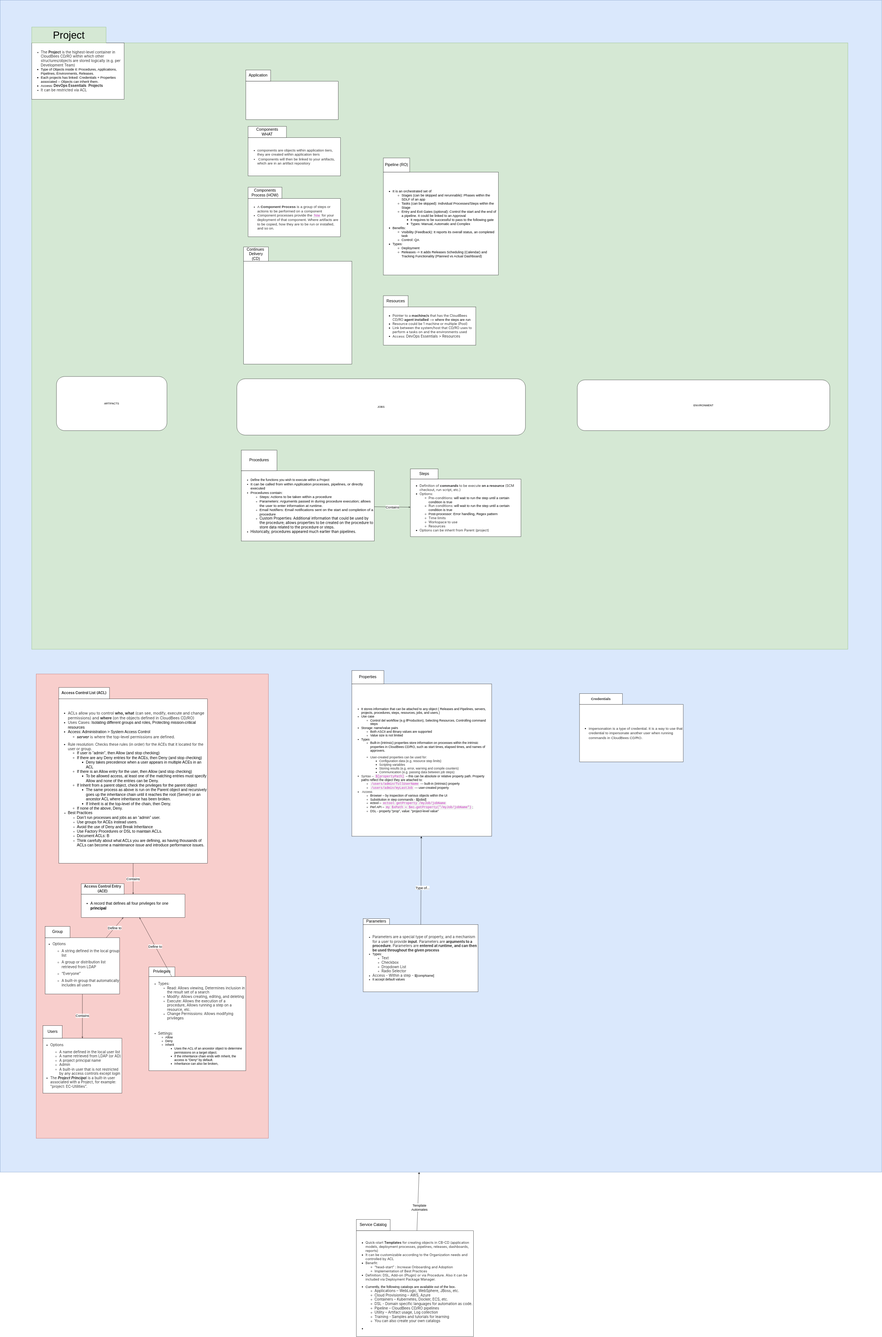
The draw.io diagram book/diagrams/CD.drawio.svg in carlosrodlop/carlosrodlop-docs, before a commit. Source tidied: cells renumbered, new cells last; positions are measured from the earlier drawing's top-left corner, leaving out a move shared by most shapes.
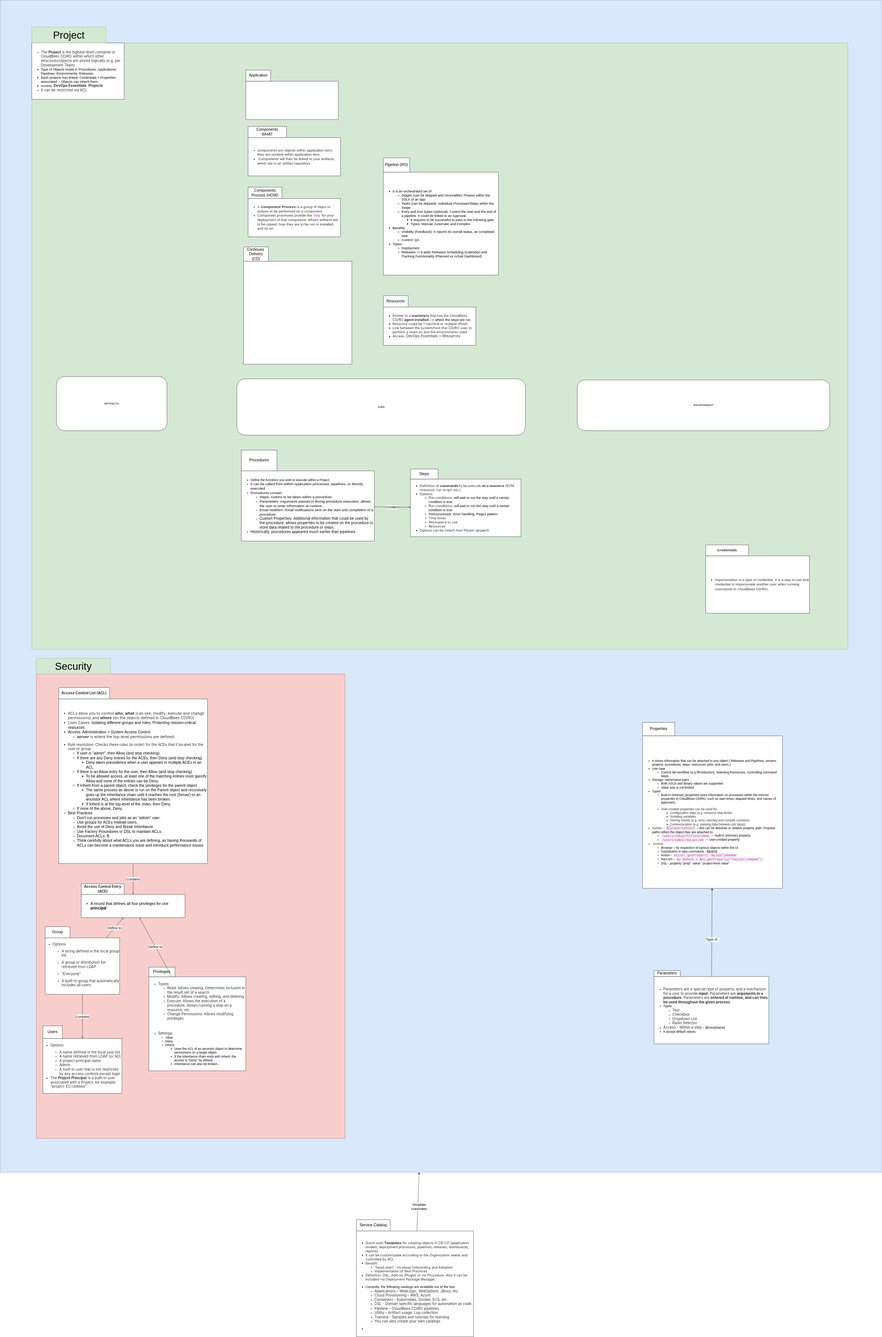
Above is the later version.

The edit, as a diff of the source:
```diff
@@ -6,7 +6,7 @@
       <mxGeometry width="3910" height="5200" as="geometry" />
     </mxCell>
     <mxCell id="3" style="rounded=0;whiteSpace=wrap;html=1;fillColor=#f8cecc;strokeColor=#b85450;" parent="1" vertex="1">
-      <mxGeometry x="160" y="2990" width="1030" height="2060" as="geometry" />
+      <mxGeometry x="160" y="2990" width="1370" height="2060" as="geometry" />
     </mxCell>
     <mxCell id="4" style="rounded=0;whiteSpace=wrap;html=1;fillColor=#d5e8d4;strokeColor=#82b366;" parent="1" vertex="1">
       <mxGeometry x="140" y="190" width="3620" height="2690" as="geometry" />
@@ -66,7 +66,7 @@
       <mxGeometry y="50" width="410" height="170" as="geometry" />
     </mxCell>
     <mxCell id="23" style="group;" parent="1" vertex="1">
-      <mxGeometry x="1560" y="2940" width="620" height="770" as="geometry" />
+      <mxGeometry x="2850" y="3170" width="620" height="770" as="geometry" />
     </mxCell>
     <mxCell id="24" value="&lt;font style=&quot;font-size: 17px;&quot;&gt;Properties&lt;br&gt;&lt;/font&gt;" style="rounded=0;whiteSpace=wrap;html=1;" parent="23" vertex="1">
       <mxGeometry y="34.2" width="142.1" height="59.7" as="geometry" />
@@ -75,7 +75,7 @@
       <mxGeometry y="93.9" width="620" height="676.1" as="geometry" />
     </mxCell>
     <mxCell id="26" style="group;" parent="1" vertex="1">
-      <mxGeometry x="1610" y="4060" width="510" height="340" as="geometry" />
+      <mxGeometry x="2900" y="4290" width="510" height="340" as="geometry" />
     </mxCell>
     <mxCell id="27" value="&lt;font style=&quot;font-size: 17px;&quot;&gt;Parameters&lt;br&gt;&lt;/font&gt;" style="rounded=0;whiteSpace=wrap;html=1;" parent="26" vertex="1">
       <mxGeometry y="15.1" width="116.9" height="26.4" as="geometry" />
@@ -150,7 +150,7 @@
       <mxGeometry x="-0.16" y="-4" relative="1" as="geometry" />
     </mxCell>
     <mxCell id="51" style="group;" parent="1" vertex="1">
-      <mxGeometry x="2570" y="3050" width="460" height="330" as="geometry" />
+      <mxGeometry x="3130" y="2390" width="460" height="330" as="geometry" />
     </mxCell>
     <mxCell id="52" value="&lt;div style=&quot;text-align: left ; font-size: 17px&quot;&gt;&lt;ul&gt;&lt;li style=&quot;box-sizing: border-box ; margin-bottom: 12px&quot;&gt;&lt;p style=&quot;box-sizing: border-box ; margin: 0px&quot;&gt;&lt;span style=&quot;color: rgb(51 , 51 , 51) ; font-family: , &amp;#34;system-ui&amp;#34; , &amp;#34;segoe ui&amp;#34; , &amp;#34;ubuntu&amp;#34; , sans-serif , &amp;#34;apple color emoji&amp;#34; , &amp;#34;segoe ui emoji&amp;#34; , &amp;#34;segoe ui symbol&amp;#34; , &amp;#34;noto color emoji&amp;#34; ; font-size: 16px ; background-color: rgb(255 , 255 , 255)&quot;&gt;Impersonation is a type of credential. It is a way to use that credential to impersonate another user when running commands in CloudBees CD/RO.&lt;/span&gt;&lt;br&gt;&lt;/p&gt;&lt;/li&gt;&lt;/ul&gt;&lt;/div&gt;" style="rounded=0;whiteSpace=wrap;html=1;fontSize=14;" parent="51" vertex="1">
       <mxGeometry y="75" width="460" height="255" as="geometry" />
@@ -212,5 +212,8 @@
     <mxCell id="71" value="&lt;font style=&quot;font-size: 45px;&quot;&gt;Project&lt;br style=&quot;font-size: 45px;&quot;&gt;&lt;/font&gt;" style="rounded=0;whiteSpace=wrap;html=1;strokeWidth=1;fontSize=45;fillColor=#d5e8d4;strokeColor=#82b366;" parent="1" vertex="1">
       <mxGeometry x="140" y="119.5" width="330" height="70.5" as="geometry" />
     </mxCell>
+    <mxCell id="72" value="&lt;font style=&quot;font-size: 45px;&quot;&gt;Security&lt;br style=&quot;font-size: 45px;&quot;&gt;&lt;/font&gt;" style="rounded=0;whiteSpace=wrap;html=1;strokeWidth=1;fontSize=45;fillColor=#d5e8d4;strokeColor=#82b366;" parent="1" vertex="1">
+      <mxGeometry x="160" y="2919.6" width="330" height="70.5" as="geometry" />
+    </mxCell>
   </root>
 </mxGraphModel>
```
